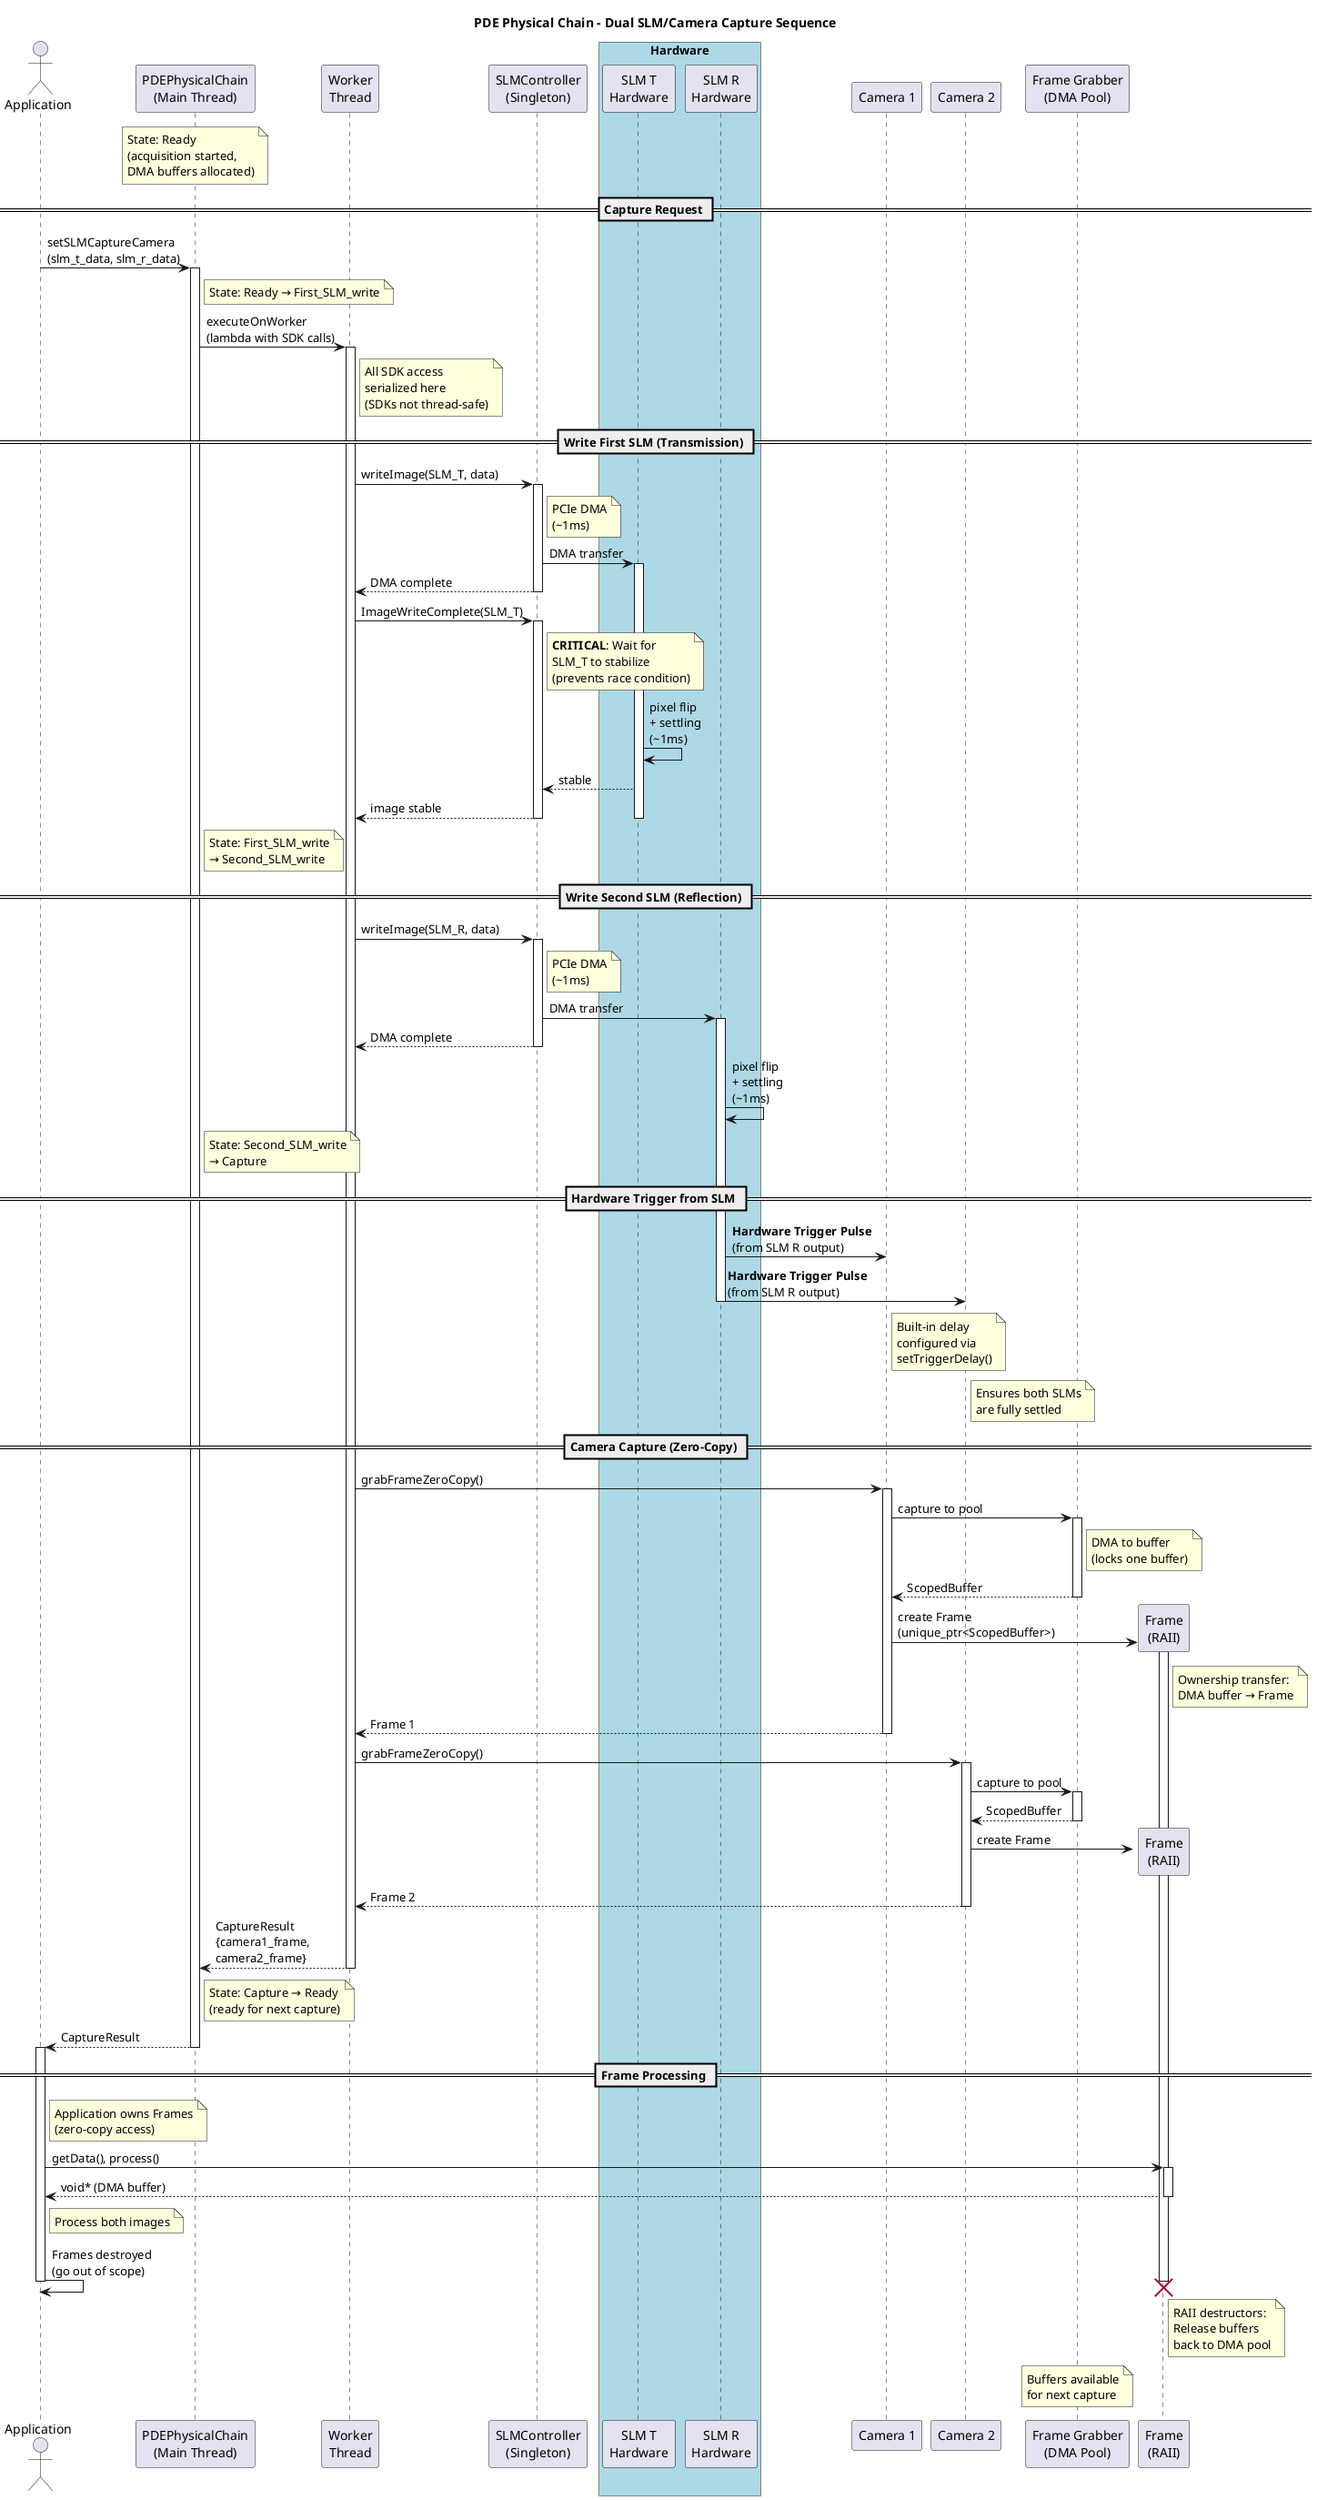
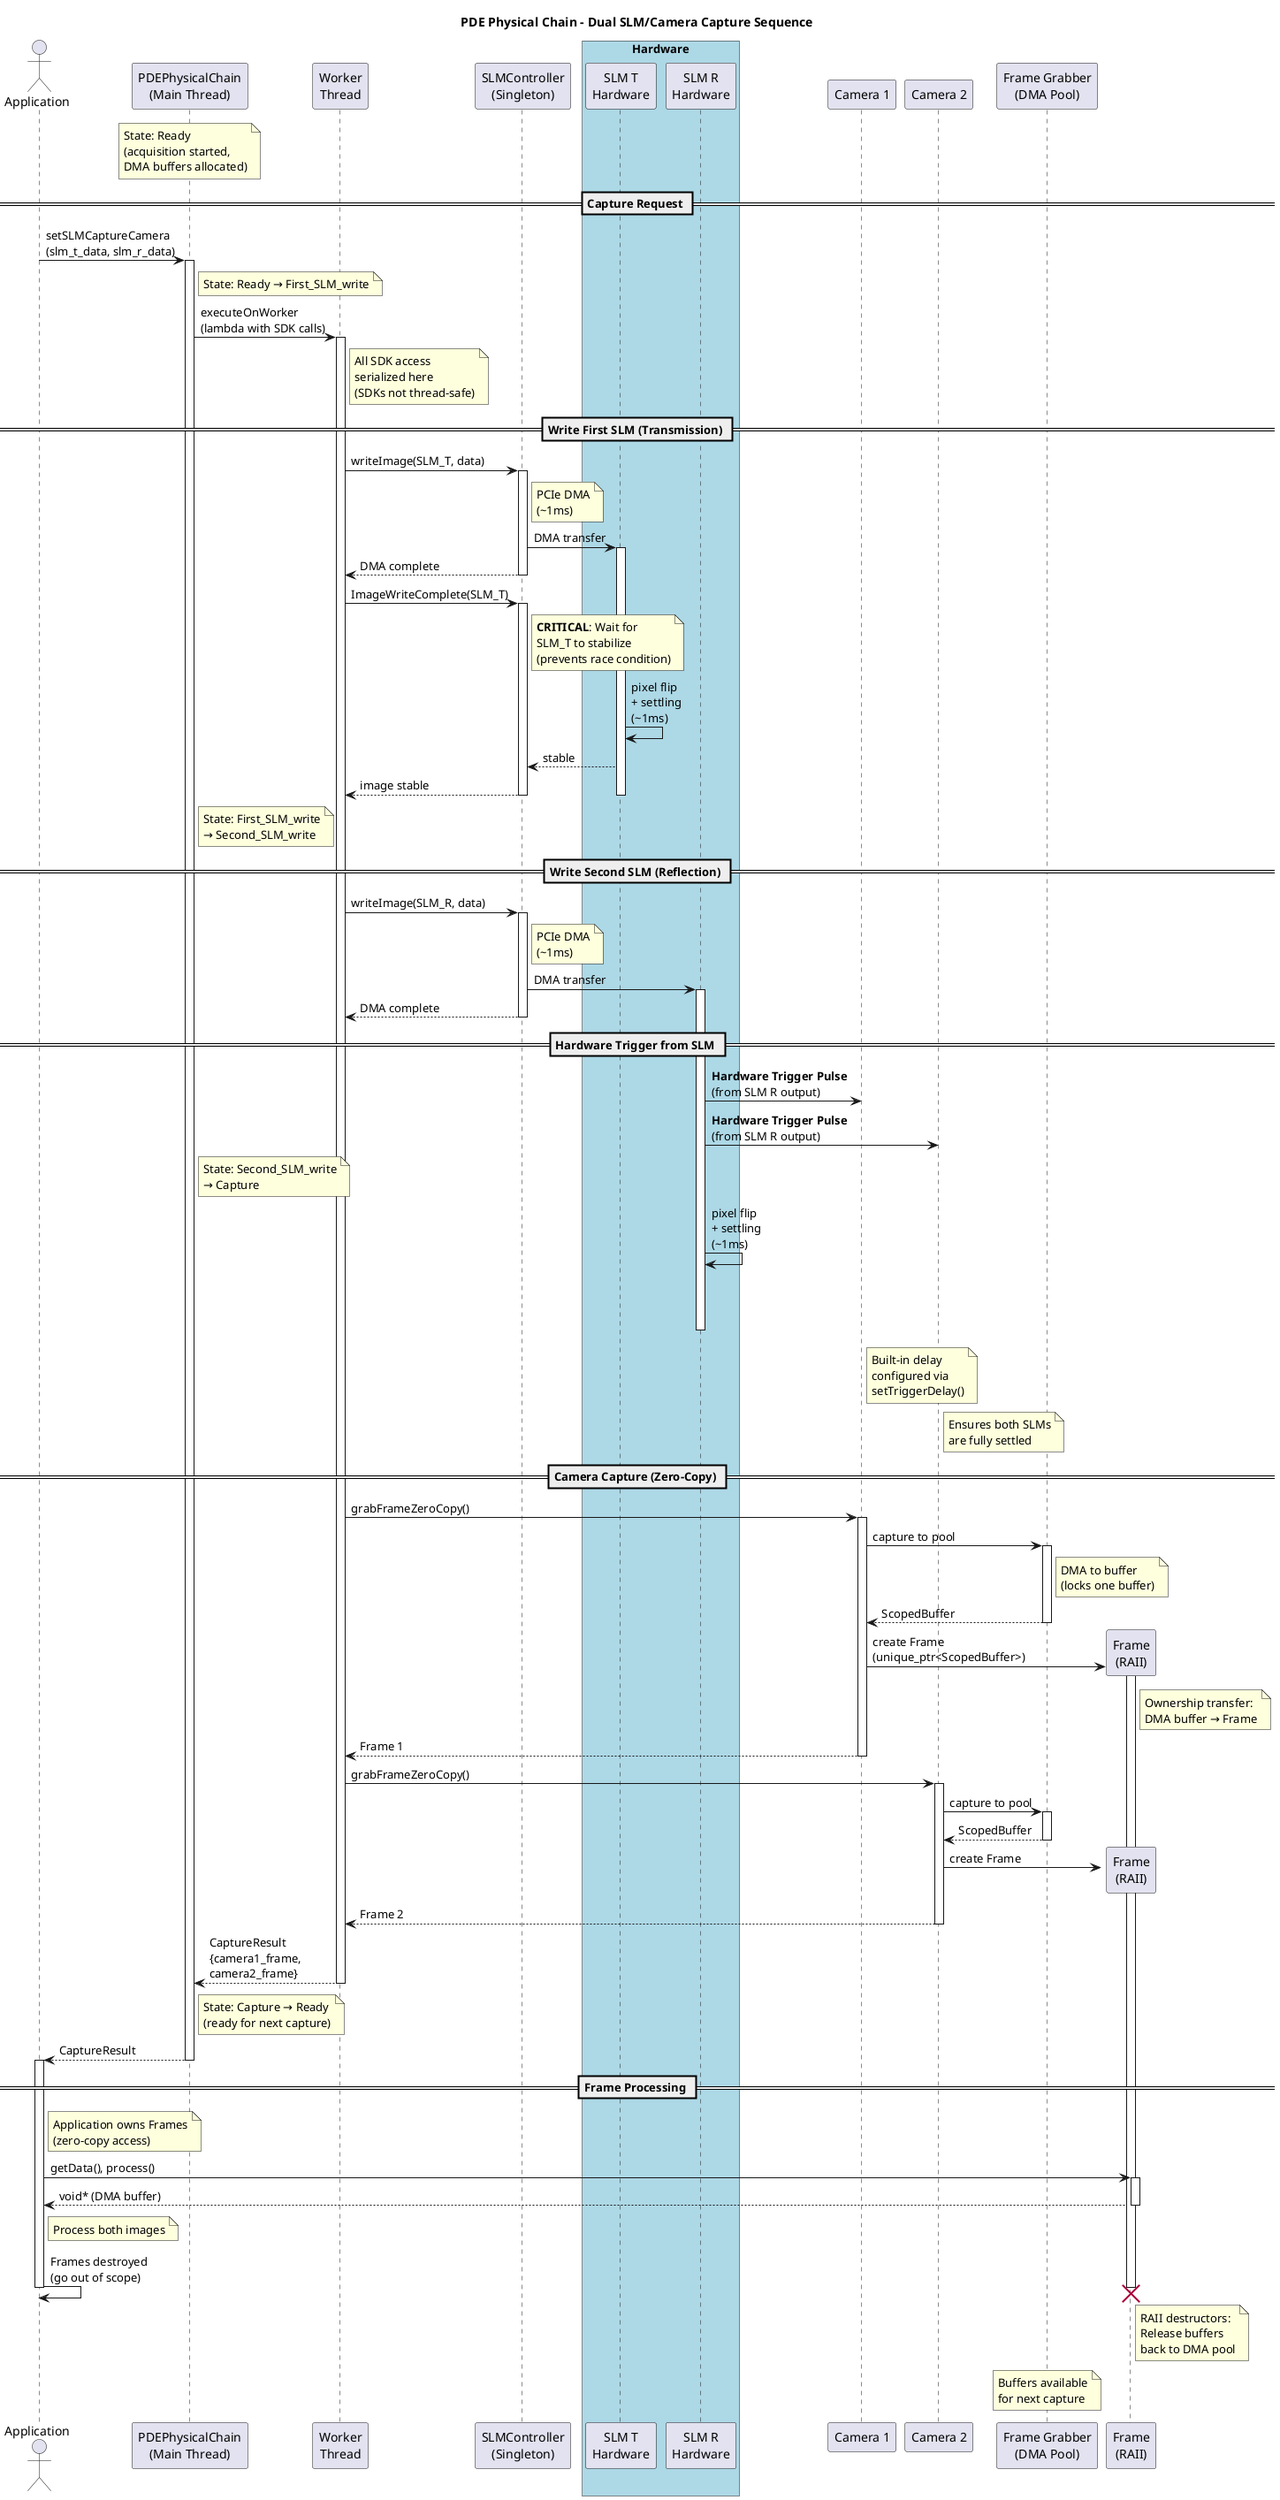
@startuml
title PDE Physical Chain - Dual SLM/Camera Capture Sequence

actor "Application" as App
participant "PDEPhysicalChain\n(Main Thread)" as PDE
participant "Worker\nThread" as Worker
participant "SLMController\n(Singleton)" as SLM
box "Hardware" #LightBlue
participant "SLM T\nHardware" as SLMT_HW
participant "SLM R\nHardware" as SLMR_HW
end box
participant "Camera 1" as Cam1
participant "Camera 2" as Cam2
participant "Frame Grabber\n(DMA Pool)" as DMA
participant "Frame\n(RAII)" as Frame

note over PDE : State: Ready\n(acquisition started,\nDMA buffers allocated)

== Capture Request ==
App -> PDE : setSLMCaptureCamera\n(slm_t_data, slm_r_data)
activate PDE
note right of PDE : State: Ready → First_SLM_write

PDE -> Worker : executeOnWorker\n(lambda with SDK calls)
activate Worker
note right of Worker : All SDK access\nserialized here\n(SDKs not thread-safe)

== Write First SLM (Transmission) ==
Worker -> SLM : writeImage(SLM_T, data)
activate SLM
note right of SLM : PCIe DMA\n(~1ms)
SLM -> SLMT_HW : DMA transfer
activate SLMT_HW
SLM --> Worker : DMA complete
deactivate SLM

Worker -> SLM : ImageWriteComplete(SLM_T)
activate SLM
note right of SLM : **CRITICAL**: Wait for\nSLM_T to stabilize\n(prevents race condition)
SLMT_HW -> SLMT_HW : pixel flip\n+ settling\n(~1ms)
SLMT_HW --> SLM : stable
SLM --> Worker : image stable
deactivate SLM
deactivate SLMT_HW

note right of PDE : State: First_SLM_write\n→ Second_SLM_write

== Write Second SLM (Reflection) ==
Worker -> SLM : writeImage(SLM_R, data)
activate SLM
note right of SLM : PCIe DMA\n(~1ms)
SLM -> SLMR_HW : DMA transfer
activate SLMR_HW
SLM --> Worker : DMA complete
deactivate SLM

- SLMR_HW -> SLMR_HW : pixel flip\n+ settling\n(~1ms)
- 
- note right of PDE : State: Second_SLM_write\n→ Capture

== Hardware Trigger from SLM ==
SLMR_HW -> Cam1 : **Hardware Trigger Pulse**\n(from SLM R output)
SLMR_HW -> Cam2 : **Hardware Trigger Pulse**\n(from SLM R output)
+ 
+ note right of PDE : State: Second_SLM_write\n→ Capture
+ 
+ SLMR_HW -> SLMR_HW : pixel flip\n+ settling\n(~1ms)
+ SLMR_HW -[hidden]> SLMR_HW : pixel flip\n+ settling\n(~1ms)
+ 
deactivate SLMR_HW

note right of Cam1 : Built-in delay\nconfigured via\nsetTriggerDelay()
note right of Cam2 : Ensures both SLMs\nare fully settled

== Camera Capture (Zero-Copy) ==
Worker -> Cam1 : grabFrameZeroCopy()
activate Cam1
Cam1 -> DMA : capture to pool
activate DMA
note right of DMA : DMA to buffer\n(locks one buffer)
DMA --> Cam1 : ScopedBuffer
deactivate DMA

Cam1 -> Frame ** : create Frame\n(unique_ptr<ScopedBuffer>)
activate Frame
note right of Frame : Ownership transfer:\nDMA buffer → Frame

Cam1 --> Worker : Frame 1
deactivate Cam1

Worker -> Cam2 : grabFrameZeroCopy()
activate Cam2
Cam2 -> DMA : capture to pool
activate DMA
DMA --> Cam2 : ScopedBuffer
deactivate DMA

Cam2 -> Frame ** : create Frame
Cam2 --> Worker : Frame 2
deactivate Cam2

Worker --> PDE : CaptureResult\n{camera1_frame,\ncamera2_frame}
deactivate Worker

note right of PDE : State: Capture → Ready\n(ready for next capture)

PDE --> App : CaptureResult
deactivate PDE

== Frame Processing ==
activate App
note right of App : Application owns Frames\n(zero-copy access)

App -> Frame : getData(), process()
activate Frame
Frame --> App : void* (DMA buffer)
deactivate Frame

note right of App : Process both images

App -> App : Frames destroyed\n(go out of scope)
deactivate App

destroy Frame
note right of Frame : RAII destructors:\nRelease buffers\nback to DMA pool

note over DMA : Buffers available\nfor next capture

@enduml
